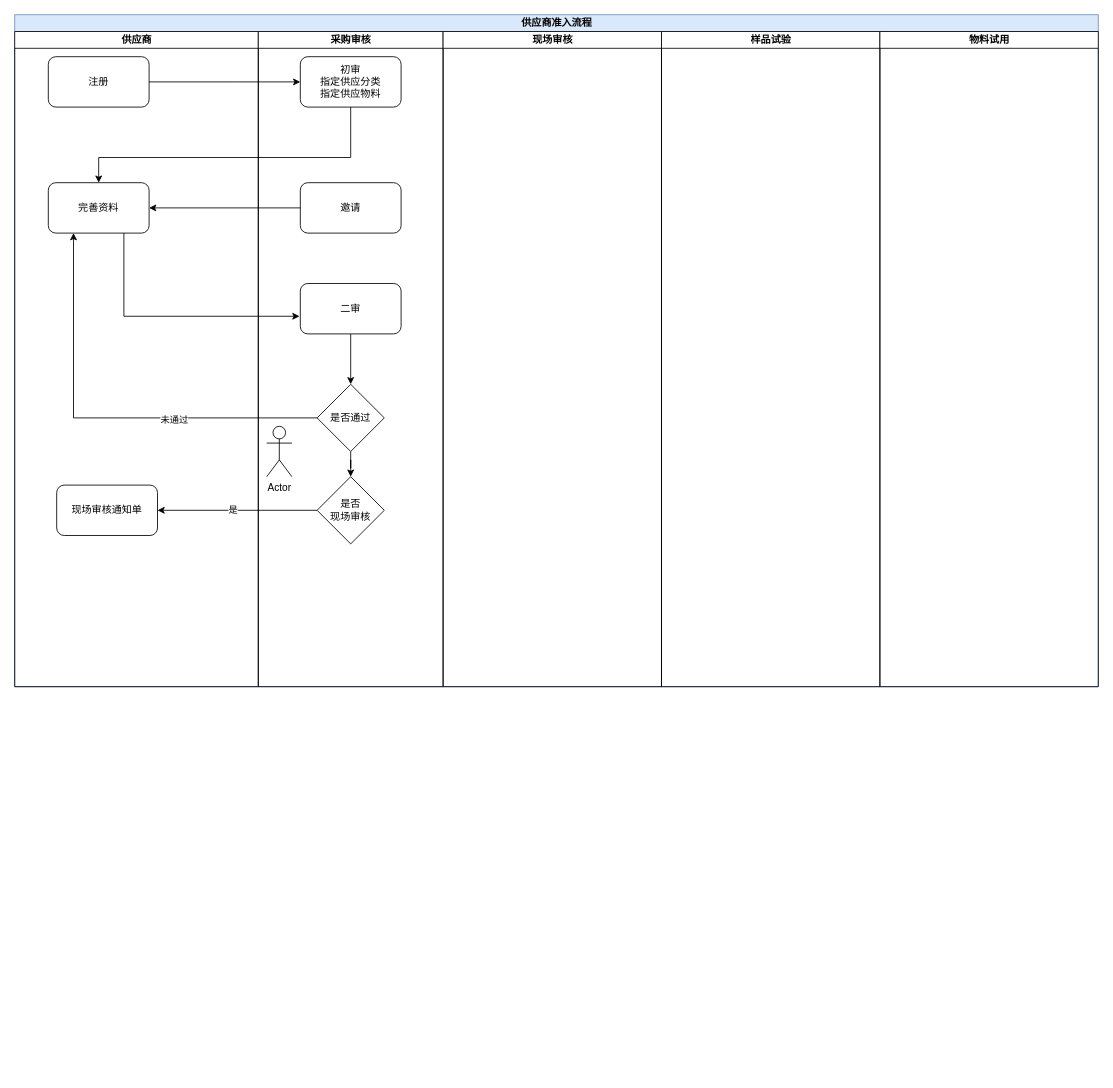
Earlier version of the draw.io diagram 供应商准入流程.drawio (liwsVincent/drawdb). Source tidied: cells renumbered, new cells numbered last; positions are measured from the earlier drawing's top-left corner, leaving out a move shared by most shapes. Both pictures are drawn from the tidied source at 84%, with x=0, y=0 at pixel (14, 14).
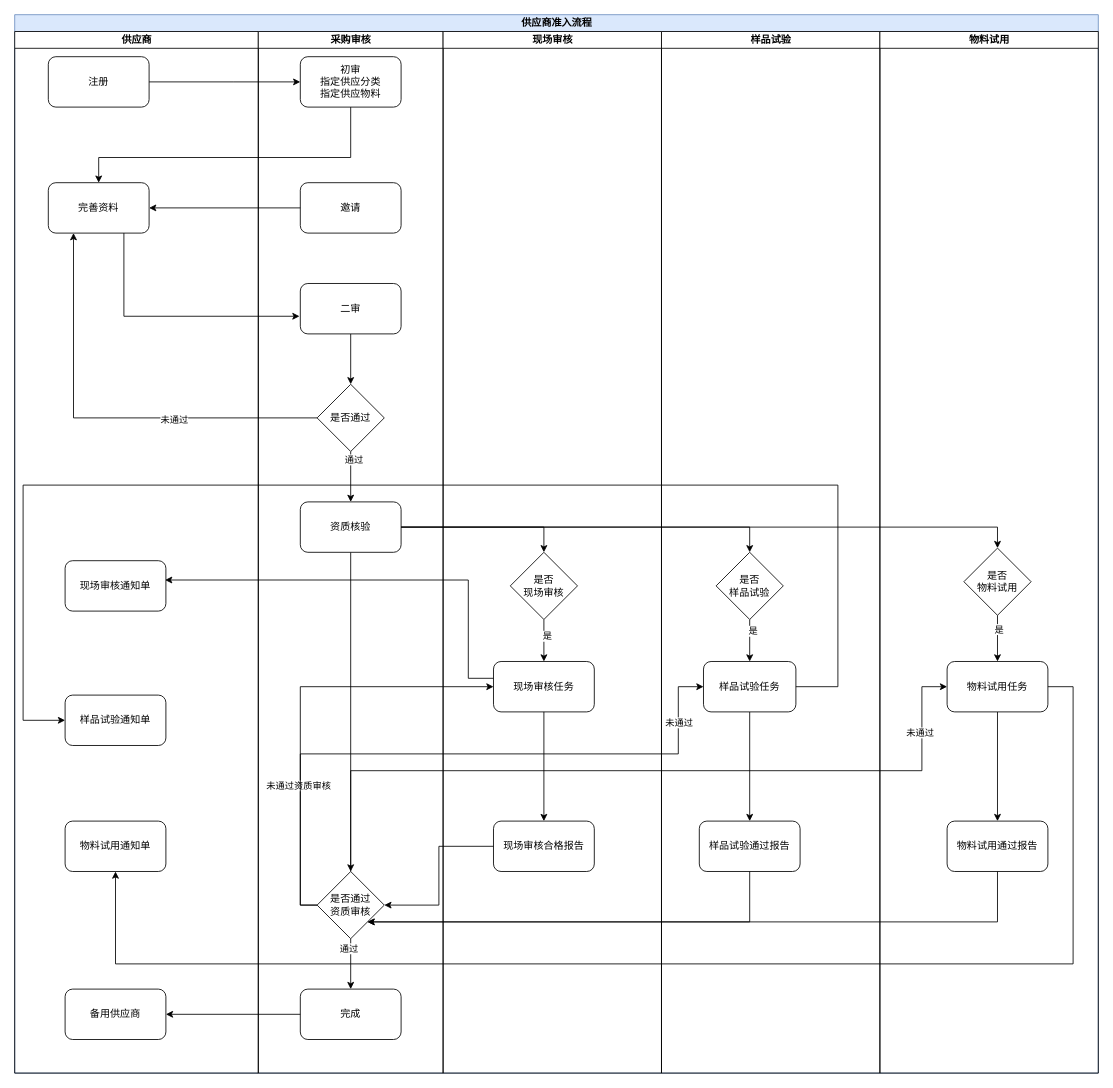
The same page after the edit.

Commit message:
更新供应商准入流程.drawio

Unchanged cells that the change refers to:
```xml
<mxCell id="13" value="是否通过" style="rhombus;whiteSpace=wrap;html=1;" parent="7" vertex="1">
  <mxGeometry x="70" y="420" width="80" height="80" as="geometry" />
</mxCell>
```

Change to the diagram source:
```diff
@@
     <mxCell id="2" value="供应商准入流程" style="swimlane;startSize=20;html=1;fillColor=#dae8fc;strokeColor=#6c8ebf;" parent="1" vertex="1">
-      <mxGeometry width="1290" height="800" as="geometry" />
+      <mxGeometry width="1290" height="1260" as="geometry" />
     </mxCell>
     <mxCell id="3" value="供应商" style="swimlane;startSize=20;html=1;" parent="2" vertex="1">
-      <mxGeometry y="20" width="290" height="780" as="geometry" />
+      <mxGeometry y="20" width="290" height="1240" as="geometry" />
     </mxCell>
@@
     <mxCell id="6" value="现场审核通知单" style="rounded=1;whiteSpace=wrap;html=1;" parent="3" vertex="1">
-      <mxGeometry x="50" y="540" width="120" height="60" as="geometry" />
+      <mxGeometry x="60" y="630" width="120" height="60" as="geometry" />
     </mxCell>
+    <mxCell id="27" value="样品试验通知单" style="rounded=1;whiteSpace=wrap;html=1;" parent="3" vertex="1">
+      <mxGeometry x="60" y="790" width="120" height="60" as="geometry" />
+    </mxCell>
+    <mxCell id="28" value="物料试用通知单" style="rounded=1;whiteSpace=wrap;html=1;" parent="3" vertex="1">
+      <mxGeometry x="60" y="940" width="120" height="60" as="geometry" />
+    </mxCell>
+    <mxCell id="29" value="备用供应商" style="rounded=1;whiteSpace=wrap;html=1;" parent="3" vertex="1">
+      <mxGeometry x="60" y="1140" width="120" height="60" as="geometry" />
+    </mxCell>
     <mxCell id="7" value="采购审核" style="swimlane;startSize=20;html=1;" parent="2" vertex="1">
-      <mxGeometry x="290" y="20" width="220" height="780" as="geometry" />
+      <mxGeometry x="290" y="20" width="220" height="1240" as="geometry" />
     </mxCell>
@@
-    <mxCell id="12" style="edgeStyle=orthogonalEdgeStyle;rounded=0;jettySize=auto;html=1;" parent="7" edge="1" source="13" target="14">
-      <mxGeometry relative="1" as="geometry" />
-    </mxCell>
+    <mxCell id="30" style="edgeStyle=orthogonalEdgeStyle;rounded=0;jettySize=auto;html=1;entryX=0.5;entryY=0;entryDx=0;entryDy=0;" parent="7" edge="1" source="13" target="33">
+      <mxGeometry relative="1" as="geometry" />
+    </mxCell>
+    <mxCell id="31" value="通过" style="edgeLabel;html=1;align=center;verticalAlign=middle;" parent="30" vertex="1">
+      <mxGeometry x="-0.71" y="3" relative="1" as="geometry" />
+    </mxCell>
@@
+    <mxCell id="32" style="edgeStyle=orthogonalEdgeStyle;rounded=0;jettySize=auto;html=1;" parent="7" edge="1" source="33" target="36">
+      <mxGeometry relative="1" as="geometry" />
+    </mxCell>
+    <mxCell id="33" value="资质核验" style="rounded=1;whiteSpace=wrap;html=1;" parent="7" vertex="1">
+      <mxGeometry x="50" y="560" width="120" height="60" as="geometry" />
+    </mxCell>
+    <mxCell id="34" style="edgeStyle=orthogonalEdgeStyle;rounded=0;jettySize=auto;html=1;" parent="7" edge="1" source="36" target="37">
+      <mxGeometry relative="1" as="geometry" />
+    </mxCell>
+    <mxCell id="35" value="通过" style="edgeLabel;html=1;align=center;verticalAlign=middle;" parent="34" vertex="1">
+      <mxGeometry x="-0.63" y="-3" relative="1" as="geometry" />
+    </mxCell>
+    <mxCell id="36" value="是否通过&lt;div&gt;资质审核&lt;/div&gt;" style="rhombus;whiteSpace=wrap;html=1;" parent="7" vertex="1">
+      <mxGeometry x="70" y="1000" width="80" height="80" as="geometry" />
+    </mxCell>
+    <mxCell id="37" value="完成" style="rounded=1;whiteSpace=wrap;html=1;" parent="7" vertex="1">
+      <mxGeometry x="50" y="1140" width="120" height="60" as="geometry" />
+    </mxCell>
+    <mxCell id="15" value="现场审核" style="swimlane;startSize=20;html=1;" parent="2" vertex="1">
+      <mxGeometry x="510" y="20" width="260" height="1240" as="geometry" />
+    </mxCell>
+    <mxCell id="38" style="edgeStyle=orthogonalEdgeStyle;rounded=0;jettySize=auto;html=1;entryX=0.5;entryY=0;entryDx=0;entryDy=0;" parent="15" edge="1" source="14" target="40">
+      <mxGeometry relative="1" as="geometry" />
+    </mxCell>
+    <mxCell id="39" value="是" style="edgeLabel;html=1;align=center;verticalAlign=middle;" parent="38" vertex="1">
+      <mxGeometry x="-0.25" y="3" relative="1" as="geometry" />
+    </mxCell>
-    <mxCell id="14" value="是否&lt;div&gt;现场审核&lt;/div&gt;" style="rhombus;whiteSpace=wrap;html=1;" parent="7" vertex="1">
-      <mxGeometry x="70" y="530" width="80" height="80" as="geometry" />
+    <mxCell id="14" value="是否&lt;div&gt;现场审核&lt;/div&gt;" style="rhombus;whiteSpace=wrap;html=1;" parent="15" vertex="1">
+      <mxGeometry x="80" y="620" width="80" height="80" as="geometry" />
     </mxCell>
-    <mxCell id="15" value="现场审核" style="swimlane;startSize=20;html=1;" parent="2" vertex="1">
-      <mxGeometry x="510" y="20" width="260" height="780" as="geometry" />
-    </mxCell>
-    <mxCell id="16" value="样品试验" style="swimlane;startSize=20;html=1;" parent="2" vertex="1">
-      <mxGeometry x="770" y="20" width="260" height="780" as="geometry" />
-    </mxCell>
-    <mxCell id="17" value="物料试用" style="swimlane;startSize=20;html=1;" parent="2" vertex="1">
-      <mxGeometry x="1030" y="20" width="260" height="780" as="geometry" />
-    </mxCell>
+    <mxCell id="40" value="现场审核任务" style="rounded=1;whiteSpace=wrap;html=1;" parent="15" vertex="1">
+      <mxGeometry x="60" y="750" width="120" height="60" as="geometry" />
+    </mxCell>
+    <mxCell id="41" value="现场审核合格报告" style="rounded=1;whiteSpace=wrap;html=1;" parent="15" vertex="1">
+      <mxGeometry x="60" y="940" width="120" height="60" as="geometry" />
+    </mxCell>
+    <mxCell id="42" style="edgeStyle=orthogonalEdgeStyle;rounded=0;jettySize=auto;html=1;" parent="15" edge="1" source="40" target="41">
+      <mxGeometry relative="1" as="geometry" />
+    </mxCell>
@@
-    <mxCell id="23" style="edgeStyle=orthogonalEdgeStyle;rounded=0;jettySize=auto;html=1;" parent="2" edge="1" source="14" target="6">
-      <mxGeometry relative="1" as="geometry" />
-    </mxCell>
-    <mxCell id="24" value="是" style="edgeLabel;html=1;align=center;verticalAlign=middle;" parent="23" vertex="1">
-      <mxGeometry x="0.06" y="-1" relative="1" as="geometry" />
-    </mxCell>
@@
-    <mxCell id="26" value="Actor" style="shape=umlActor;verticalLabelPosition=bottom;verticalAlign=top;html=1;" parent="1" vertex="1">
-      <mxGeometry x="300" y="490" width="30" height="60" as="geometry" />
-    </mxCell>
+    <mxCell id="43" style="edgeStyle=orthogonalEdgeStyle;rounded=0;jettySize=auto;html=1;" parent="2" edge="1" source="33" target="14">
+      <mxGeometry relative="1" as="geometry">
+        <Array as="points">
+          <mxPoint x="630" y="610" />
+        </Array>
+      </mxGeometry>
+    </mxCell>
+    <mxCell id="44" style="edgeStyle=orthogonalEdgeStyle;rounded=0;jettySize=auto;html=1;entryX=0.5;entryY=0;entryDx=0;entryDy=0;" parent="2" edge="1" source="33" target="48">
+      <mxGeometry relative="1" as="geometry" />
+    </mxCell>
+    <mxCell id="45" style="edgeStyle=orthogonalEdgeStyle;rounded=0;jettySize=auto;html=1;entryX=0.5;entryY=0;entryDx=0;entryDy=0;" parent="2" edge="1" source="33" target="57">
+      <mxGeometry relative="1" as="geometry" />
+    </mxCell>
+    <mxCell id="16" value="样品试验" style="swimlane;startSize=20;html=1;" parent="2" vertex="1">
+      <mxGeometry x="770" y="20" width="260" height="1240" as="geometry" />
+    </mxCell>
+    <mxCell id="46" style="edgeStyle=orthogonalEdgeStyle;rounded=0;jettySize=auto;html=1;entryX=0.5;entryY=0;entryDx=0;entryDy=0;" parent="16" edge="1" source="48" target="50">
+      <mxGeometry relative="1" as="geometry" />
+    </mxCell>
+    <mxCell id="47" value="是" style="edgeLabel;html=1;align=center;verticalAlign=middle;" parent="46" vertex="1">
+      <mxGeometry x="-0.48" y="3" relative="1" as="geometry" />
+    </mxCell>
+    <mxCell id="48" value="是否&lt;div&gt;样品试验&lt;/div&gt;" style="rhombus;whiteSpace=wrap;html=1;" parent="16" vertex="1">
+      <mxGeometry x="65" y="620" width="80" height="80" as="geometry" />
+    </mxCell>
+    <mxCell id="49" style="edgeStyle=orthogonalEdgeStyle;rounded=0;jettySize=auto;html=1;" parent="16" edge="1" source="50" target="51">
+      <mxGeometry relative="1" as="geometry" />
+    </mxCell>
+    <mxCell id="50" value="样品试验任务" style="rounded=1;whiteSpace=wrap;html=1;" parent="16" vertex="1">
+      <mxGeometry x="50" y="750" width="110" height="60" as="geometry" />
+    </mxCell>
+    <mxCell id="51" value="样品试验通过报告" style="rounded=1;whiteSpace=wrap;html=1;" parent="16" vertex="1">
+      <mxGeometry x="45" y="940" width="120" height="60" as="geometry" />
+    </mxCell>
+    <mxCell id="52" style="edgeStyle=orthogonalEdgeStyle;rounded=0;jettySize=auto;html=1;exitX=0;exitY=0.5;exitDx=0;exitDy=0;entryX=0;entryY=0.5;entryDx=0;entryDy=0;" parent="16" edge="1" source="36" target="50">
+      <mxGeometry relative="1" as="geometry">
+        <Array as="points">
+          <mxPoint x="-430" y="1040" />
+          <mxPoint x="-430" y="860" />
+          <mxPoint x="20" y="860" />
+          <mxPoint x="20" y="780" />
+        </Array>
+      </mxGeometry>
+    </mxCell>
+    <mxCell id="53" value="未通过资质审核" style="edgeLabel;html=1;align=center;verticalAlign=middle;" parent="52" vertex="1">
+      <mxGeometry x="-0.57" y="3" relative="1" as="geometry" />
+    </mxCell>
+    <mxCell id="54" value="未通过" style="edgeLabel;html=1;align=center;verticalAlign=middle;" parent="52" vertex="1">
+      <mxGeometry x="0.81" relative="1" as="geometry" />
+    </mxCell>
+    <mxCell id="17" value="物料试用" style="swimlane;startSize=20;html=1;" parent="2" vertex="1">
+      <mxGeometry x="1030" y="20" width="260" height="1240" as="geometry" />
+    </mxCell>
+    <mxCell id="55" style="edgeStyle=orthogonalEdgeStyle;rounded=0;jettySize=auto;html=1;" parent="17" edge="1" source="57" target="60">
+      <mxGeometry relative="1" as="geometry" />
+    </mxCell>
+    <mxCell id="56" value="是" style="edgeLabel;html=1;align=center;verticalAlign=middle;" parent="55" vertex="1">
+      <mxGeometry x="-0.42" y="1" relative="1" as="geometry" />
+    </mxCell>
+    <mxCell id="57" value="是否&lt;div&gt;物料试用&lt;/div&gt;" style="rhombus;whiteSpace=wrap;html=1;" parent="17" vertex="1">
+      <mxGeometry x="100" y="615" width="80" height="80" as="geometry" />
+    </mxCell>
+    <mxCell id="58" value="物料试用通过报告" style="rounded=1;whiteSpace=wrap;html=1;" parent="17" vertex="1">
+      <mxGeometry x="80" y="940" width="120" height="60" as="geometry" />
+    </mxCell>
+    <mxCell id="59" style="edgeStyle=orthogonalEdgeStyle;rounded=0;jettySize=auto;html=1;" parent="17" edge="1" source="60" target="58">
+      <mxGeometry relative="1" as="geometry" />
+    </mxCell>
+    <mxCell id="60" value="物料试用任务" style="rounded=1;whiteSpace=wrap;html=1;" parent="17" vertex="1">
+      <mxGeometry x="80" y="750" width="120" height="60" as="geometry" />
+    </mxCell>
+    <mxCell id="61" style="edgeStyle=orthogonalEdgeStyle;rounded=0;jettySize=auto;html=1;entryX=0.992;entryY=0.383;entryDx=0;entryDy=0;entryPerimeter=0;" parent="2" edge="1" source="40" target="6">
+      <mxGeometry relative="1" as="geometry">
+        <Array as="points">
+          <mxPoint x="540" y="790" />
+          <mxPoint x="540" y="673" />
+        </Array>
+      </mxGeometry>
+    </mxCell>
+    <mxCell id="62" style="edgeStyle=orthogonalEdgeStyle;rounded=0;jettySize=auto;html=1;" parent="2" edge="1" source="41" target="36">
+      <mxGeometry relative="1" as="geometry" />
+    </mxCell>
+    <mxCell id="63" style="edgeStyle=orthogonalEdgeStyle;rounded=0;jettySize=auto;html=1;entryX=1;entryY=1;entryDx=0;entryDy=0;" parent="2" edge="1" source="51" target="36">
+      <mxGeometry relative="1" as="geometry">
+        <Array as="points">
+          <mxPoint x="875" y="1080" />
+        </Array>
+      </mxGeometry>
+    </mxCell>
+    <mxCell id="64" style="edgeStyle=orthogonalEdgeStyle;rounded=0;jettySize=auto;html=1;entryX=1;entryY=1;entryDx=0;entryDy=0;" parent="2" edge="1" source="58" target="36">
+      <mxGeometry relative="1" as="geometry">
+        <Array as="points">
+          <mxPoint x="1170" y="1080" />
+        </Array>
+      </mxGeometry>
+    </mxCell>
+    <mxCell id="65" style="edgeStyle=orthogonalEdgeStyle;rounded=0;jettySize=auto;html=1;entryX=0;entryY=0.5;entryDx=0;entryDy=0;" parent="2" edge="1" source="36" target="40">
+      <mxGeometry relative="1" as="geometry">
+        <Array as="points">
+          <mxPoint x="340" y="1060" />
+          <mxPoint x="340" y="800" />
+        </Array>
+      </mxGeometry>
+    </mxCell>
+    <mxCell id="66" style="edgeStyle=orthogonalEdgeStyle;rounded=0;jettySize=auto;html=1;" parent="2" edge="1" source="36" target="60">
+      <mxGeometry relative="1" as="geometry">
+        <Array as="points">
+          <mxPoint x="400" y="900" />
+          <mxPoint x="1080" y="900" />
+          <mxPoint x="1080" y="800" />
+        </Array>
+      </mxGeometry>
+    </mxCell>
+    <mxCell id="67" value="未通过" style="edgeLabel;html=1;align=center;verticalAlign=middle;" parent="66" vertex="1">
+      <mxGeometry x="0.82" y="3" relative="1" as="geometry" />
+    </mxCell>
+    <mxCell id="68" style="edgeStyle=orthogonalEdgeStyle;rounded=0;jettySize=auto;html=1;" parent="2" edge="1" source="37" target="29">
+      <mxGeometry relative="1" as="geometry" />
+    </mxCell>
+    <mxCell id="69" style="edgeStyle=orthogonalEdgeStyle;rounded=0;jettySize=auto;html=1;" parent="2" edge="1" source="50" target="27">
+      <mxGeometry relative="1" as="geometry">
+        <Array as="points">
+          <mxPoint x="980" y="800" />
+          <mxPoint x="980" y="560" />
+          <mxPoint x="10" y="560" />
+          <mxPoint x="10" y="840" />
+        </Array>
+      </mxGeometry>
+    </mxCell>
+    <mxCell id="70" style="edgeStyle=orthogonalEdgeStyle;rounded=0;jettySize=auto;html=1;" parent="2" edge="1" source="60" target="28">
+      <mxGeometry relative="1" as="geometry">
+        <Array as="points">
+          <mxPoint x="1260" y="800" />
+          <mxPoint x="1260" y="1130" />
+          <mxPoint x="120" y="1130" />
+        </Array>
+      </mxGeometry>
+    </mxCell>
```
